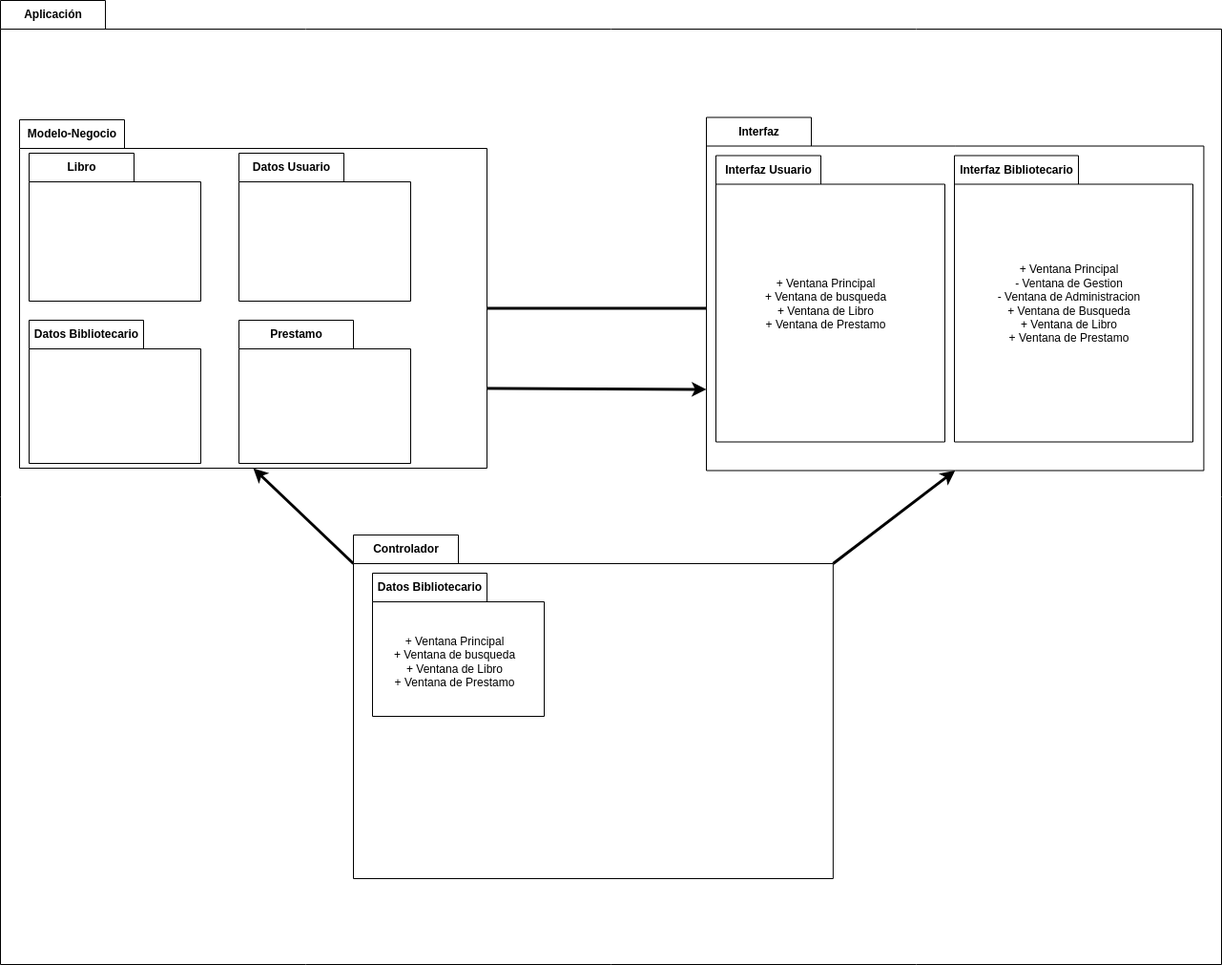
The draw.io diagram diagrama-paquetes/biblioteca/diagrama-biblioteca.drawio.png in IsaiasTolP/Tareas_Markdown, before a commit. Source tidied: cells renumbered, new cells last; positions are measured from the earlier drawing's top-left corner, leaving out a move shared by most shapes. The source it was exported from:
```xml
<mxGraphModel>
  <root>
    <mxCell id="0" />
    <mxCell id="1" parent="0" />
    <mxCell id="2" value="Aplicación" style="shape=folder;fontStyle=1;tabWidth=110;tabHeight=30;tabPosition=left;html=1;boundedLbl=1;labelInHeader=1;" parent="1" vertex="1">
      <mxGeometry width="1280" height="1010" as="geometry" />
    </mxCell>
    <mxCell id="3" style="html=1;strokeColor=none;fillColor=none;" parent="2" vertex="1">
      <mxGeometry width="1280" height="707" relative="1" as="geometry">
        <mxPoint y="30" as="offset" />
      </mxGeometry>
    </mxCell>
    <mxCell id="4" style="edgeStyle=none;html=1;exitX=0;exitY=0;exitDx=0;exitDy=200;exitPerimeter=0;entryX=0;entryY=0;entryDx=460;entryDy=197.5;entryPerimeter=0;strokeWidth=3;" parent="2" edge="1" source="5" target="18">
      <mxGeometry relative="1" as="geometry" />
    </mxCell>
    <mxCell id="5" value="Interfaz" style="shape=folder;fontStyle=1;tabWidth=110;tabHeight=30;tabPosition=left;html=1;boundedLbl=1;labelInHeader=1;" parent="2" vertex="1">
      <mxGeometry x="740" y="122.5" width="521.4" height="370" as="geometry" />
    </mxCell>
    <mxCell id="6" style="html=1;strokeColor=none;fillColor=none;" parent="5" vertex="1">
      <mxGeometry width="400.38" height="259" relative="1" as="geometry">
        <mxPoint y="30" as="offset" />
      </mxGeometry>
    </mxCell>
    <mxCell id="7" value="Interfaz Usuario" style="shape=folder;fontStyle=1;tabWidth=110;tabHeight=30;tabPosition=left;html=1;boundedLbl=1;labelInHeader=1;" parent="5" vertex="1">
      <mxGeometry x="10" y="40" width="240" height="300" as="geometry" />
    </mxCell>
    <mxCell id="8" value="+ Ventana Principal&lt;br&gt;+ Ventana de busqueda&lt;br&gt;+ Ventana de Libro&lt;br&gt;+ Ventana de Prestamo" style="html=1;strokeColor=none;fillColor=none;" parent="7" vertex="1">
      <mxGeometry width="230" height="250" relative="1" as="geometry">
        <mxPoint y="30" as="offset" />
      </mxGeometry>
    </mxCell>
    <mxCell id="9" value="Interfaz Bibliotecario" style="shape=folder;fontStyle=1;tabWidth=130;tabHeight=30;tabPosition=left;html=1;boundedLbl=1;labelInHeader=1;" parent="5" vertex="1">
      <mxGeometry x="260" y="40" width="250" height="300" as="geometry" />
    </mxCell>
    <mxCell id="10" value="+ Ventana Principal&lt;br&gt;- Ventana de Gestion&lt;br&gt;- Ventana de Administracion&lt;br&gt;+ Ventana de Busqueda&lt;br&gt;+ Ventana de Libro&lt;br&gt;+ Ventana de Prestamo" style="html=1;strokeColor=none;fillColor=none;" parent="9" vertex="1">
      <mxGeometry width="239.58" height="250" relative="1" as="geometry">
        <mxPoint y="30" as="offset" />
      </mxGeometry>
    </mxCell>
    <mxCell id="11" style="edgeStyle=none;html=1;exitX=0;exitY=0;exitDx=502.85714285714283;exitDy=30;exitPerimeter=0;entryX=0.5;entryY=1;entryDx=0;entryDy=0;entryPerimeter=0;strokeWidth=3;" parent="2" edge="1" source="13" target="5">
      <mxGeometry relative="1" as="geometry" />
    </mxCell>
    <mxCell id="12" style="edgeStyle=none;html=1;exitX=0;exitY=0;exitDx=0;exitDy=30;exitPerimeter=0;entryX=0.5;entryY=1;entryDx=0;entryDy=0;entryPerimeter=0;strokeWidth=3;" parent="2" edge="1" source="13" target="18">
      <mxGeometry relative="1" as="geometry" />
    </mxCell>
    <mxCell id="13" value="Controlador" style="shape=folder;fontStyle=1;tabWidth=110;tabHeight=30;tabPosition=left;html=1;boundedLbl=1;labelInHeader=1;" parent="2" vertex="1">
      <mxGeometry x="370" y="560" width="502.9" height="360" as="geometry" />
    </mxCell>
    <mxCell id="14" style="html=1;strokeColor=none;fillColor=none;" parent="13" vertex="1">
      <mxGeometry width="502.86" height="252" relative="1" as="geometry">
        <mxPoint y="30" as="offset" />
      </mxGeometry>
    </mxCell>
    <mxCell id="15" value="Datos Bibliotecario" style="shape=folder;fontStyle=1;tabWidth=120;tabHeight=30;tabPosition=left;html=1;boundedLbl=1;labelInHeader=1;" parent="13" vertex="1">
      <mxGeometry x="20" y="40" width="180" height="150" as="geometry" />
    </mxCell>
    <mxCell id="16" value="+ Ventana Principal&lt;br&gt;+ Ventana de busqueda&lt;br&gt;+ Ventana de Libro&lt;br&gt;+ Ventana de Prestamo" style="html=1;strokeColor=none;fillColor=none;" parent="15" vertex="1">
      <mxGeometry width="172.5" height="125" relative="1" as="geometry">
        <mxPoint y="30" as="offset" />
      </mxGeometry>
    </mxCell>
    <mxCell id="17" style="edgeStyle=none;html=1;exitX=0;exitY=0;exitDx=460;exitDy=281.25;exitPerimeter=0;entryX=0;entryY=0;entryDx=0;entryDy=285;entryPerimeter=0;strokeWidth=3;" parent="2" edge="1" source="18" target="5">
      <mxGeometry relative="1" as="geometry" />
    </mxCell>
    <mxCell id="18" value="Modelo-Negocio" style="shape=folder;fontStyle=1;tabWidth=110;tabHeight=30;tabPosition=left;html=1;boundedLbl=1;labelInHeader=1;" parent="2" vertex="1">
      <mxGeometry x="20" y="125" width="490" height="365" as="geometry" />
    </mxCell>
    <mxCell id="19" style="html=1;strokeColor=none;fillColor=none;" parent="18" vertex="1">
      <mxGeometry width="460" height="255.5" relative="1" as="geometry">
        <mxPoint y="30" as="offset" />
      </mxGeometry>
    </mxCell>
    <mxCell id="20" value="Libro" style="shape=folder;fontStyle=1;tabWidth=110;tabHeight=30;tabPosition=left;html=1;boundedLbl=1;labelInHeader=1;" parent="18" vertex="1">
      <mxGeometry x="10" y="35" width="180" height="155" as="geometry" />
    </mxCell>
    <mxCell id="21" style="html=1;strokeColor=none;fillColor=none;" parent="20" vertex="1">
      <mxGeometry width="172.5" height="129.17" relative="1" as="geometry">
        <mxPoint y="30" as="offset" />
      </mxGeometry>
    </mxCell>
    <mxCell id="22" value="Datos Usuario" style="shape=folder;fontStyle=1;tabWidth=110;tabHeight=30;tabPosition=left;html=1;boundedLbl=1;labelInHeader=1;" parent="18" vertex="1">
      <mxGeometry x="230" y="35" width="180" height="155" as="geometry" />
    </mxCell>
    <mxCell id="23" style="html=1;strokeColor=none;fillColor=none;" parent="22" vertex="1">
      <mxGeometry width="172.5" height="129.17" relative="1" as="geometry">
        <mxPoint y="30" as="offset" />
      </mxGeometry>
    </mxCell>
    <mxCell id="24" value="Datos Bibliotecario" style="shape=folder;fontStyle=1;tabWidth=120;tabHeight=30;tabPosition=left;html=1;boundedLbl=1;labelInHeader=1;" parent="18" vertex="1">
      <mxGeometry x="10" y="210" width="180" height="150" as="geometry" />
    </mxCell>
    <mxCell id="25" style="html=1;strokeColor=none;fillColor=none;" parent="24" vertex="1">
      <mxGeometry width="172.5" height="125" relative="1" as="geometry">
        <mxPoint y="30" as="offset" />
      </mxGeometry>
    </mxCell>
    <mxCell id="26" value="Prestamo" style="shape=folder;fontStyle=1;tabWidth=120;tabHeight=30;tabPosition=left;html=1;boundedLbl=1;labelInHeader=1;" parent="18" vertex="1">
      <mxGeometry x="230" y="210" width="180" height="150" as="geometry" />
    </mxCell>
    <mxCell id="27" style="html=1;strokeColor=none;fillColor=none;" parent="26" vertex="1">
      <mxGeometry width="172.5" height="125" relative="1" as="geometry">
        <mxPoint y="30" as="offset" />
      </mxGeometry>
    </mxCell>
  </root>
</mxGraphModel>
```
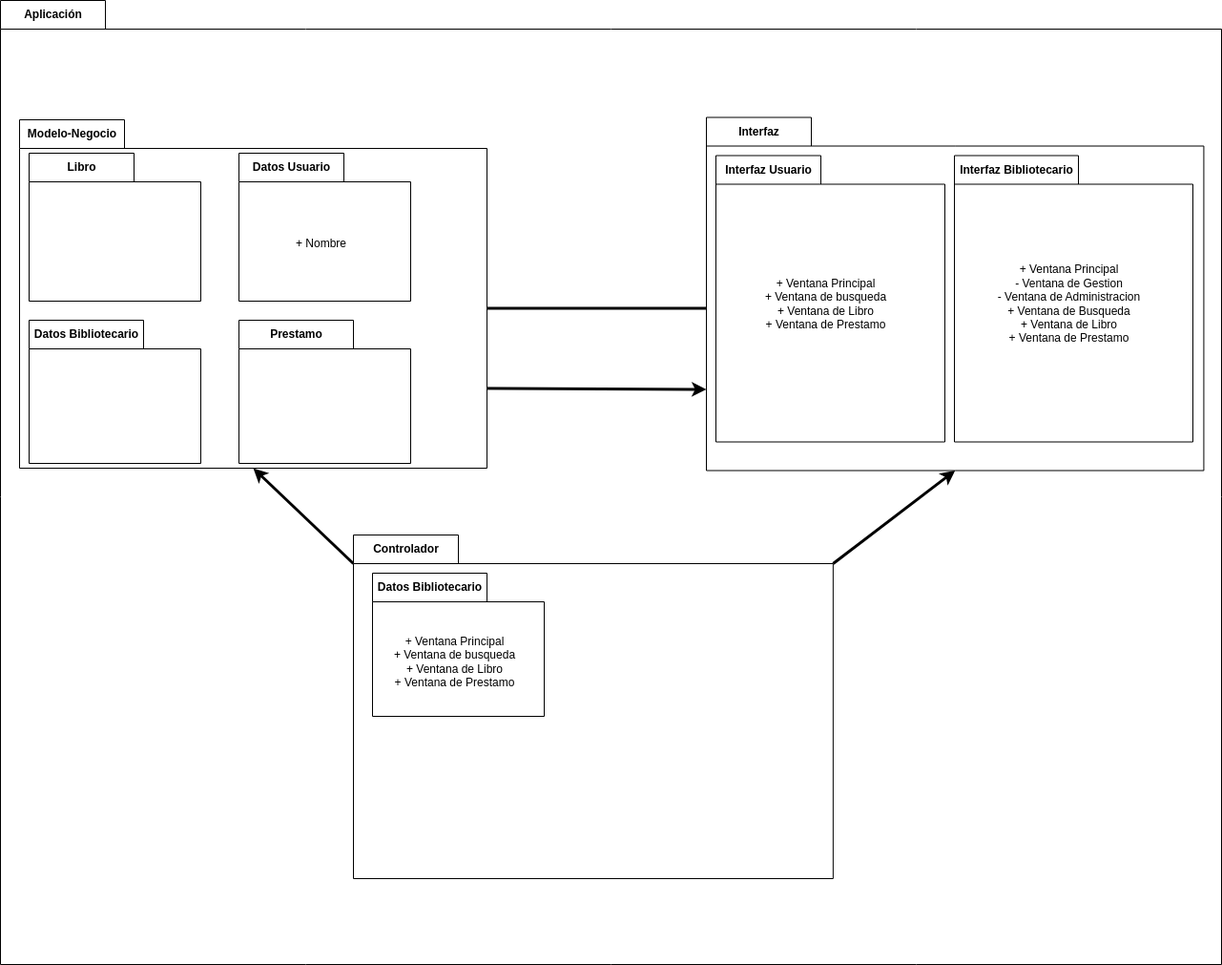
After the change.

Commit message:
Se empieza diagrama

Diff of the diagram source:
```diff
@@ -81,7 +81,7 @@
     <mxCell id="22" value="Datos Usuario" style="shape=folder;fontStyle=1;tabWidth=110;tabHeight=30;tabPosition=left;html=1;boundedLbl=1;labelInHeader=1;" parent="18" vertex="1">
       <mxGeometry x="230" y="35" width="180" height="155" as="geometry" />
     </mxCell>
-    <mxCell id="23" style="html=1;strokeColor=none;fillColor=none;" parent="22" vertex="1">
+    <mxCell id="23" value="+ Nombre&lt;br&gt;" style="html=1;strokeColor=none;fillColor=none;" parent="22" vertex="1">
       <mxGeometry width="172.5" height="129.17" relative="1" as="geometry">
         <mxPoint y="30" as="offset" />
       </mxGeometry>
```
